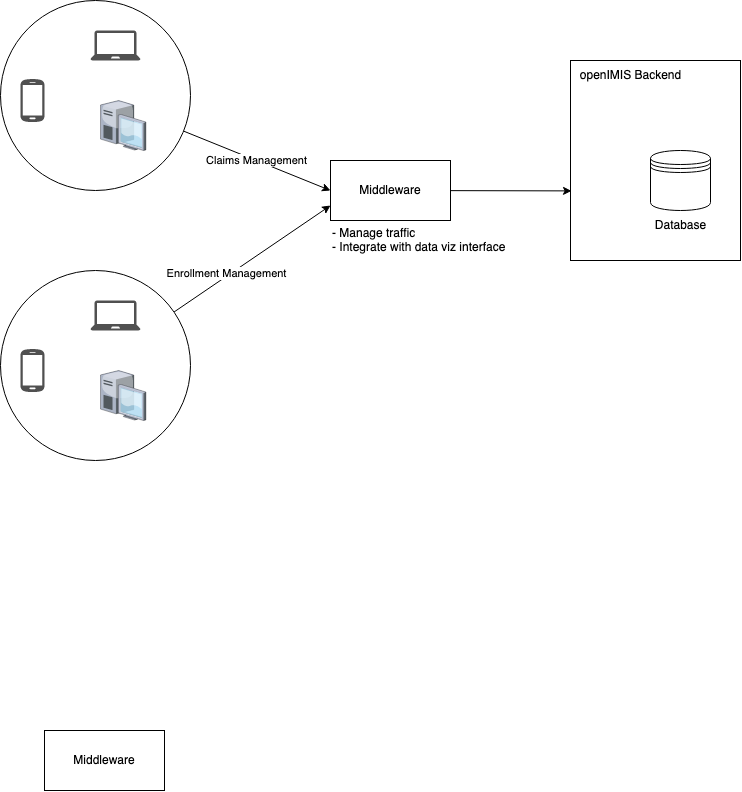
The draw.io diagram middleware.png in lincoln5702/diagram, before a commit. Source tidied: cells renumbered, new cells last; positions are measured from the earlier drawing's top-left corner, leaving out a move shared by most shapes.
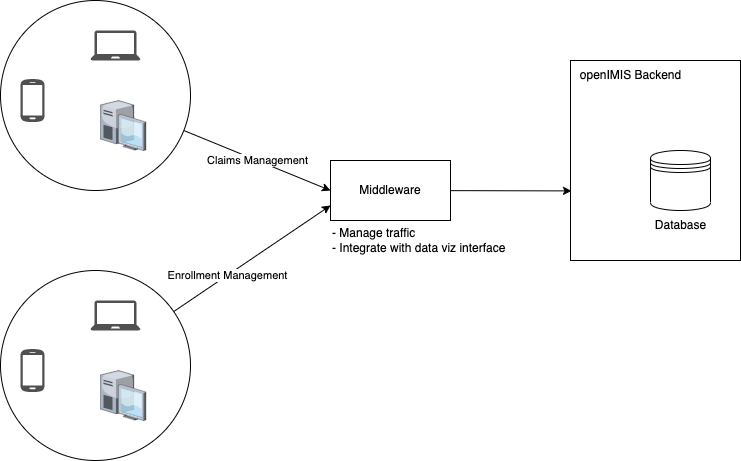
The same diagram one commit later.

Commit message:
Remove extra block

Diff of the diagram source:
```diff
@@ -53,9 +53,6 @@
     <mxCell id="18" value="openIMIS Backend" style="text;html=1;align=center;verticalAlign=middle;strokeColor=none;fillColor=none;" parent="1" vertex="1">
       <mxGeometry x="570" y="60" width="120" height="30" as="geometry" />
     </mxCell>
-    <mxCell id="19" value="Middleware" style="rounded=0;whiteSpace=wrap;html=1;" parent="1" vertex="1">
-      <mxGeometry x="44" y="730" width="120" height="60" as="geometry" />
-    </mxCell>
     <mxCell id="20" value="&lt;div align=&quot;left&quot;&gt;- Manage traffic&lt;/div&gt;&lt;div align=&quot;left&quot;&gt;- Integrate with data viz interface&lt;br&gt;&lt;/div&gt;" style="text;html=1;align=left;verticalAlign=middle;strokeColor=none;fillColor=none;" parent="1" vertex="1">
       <mxGeometry x="330" y="220" width="200" height="40" as="geometry" />
     </mxCell>
```
